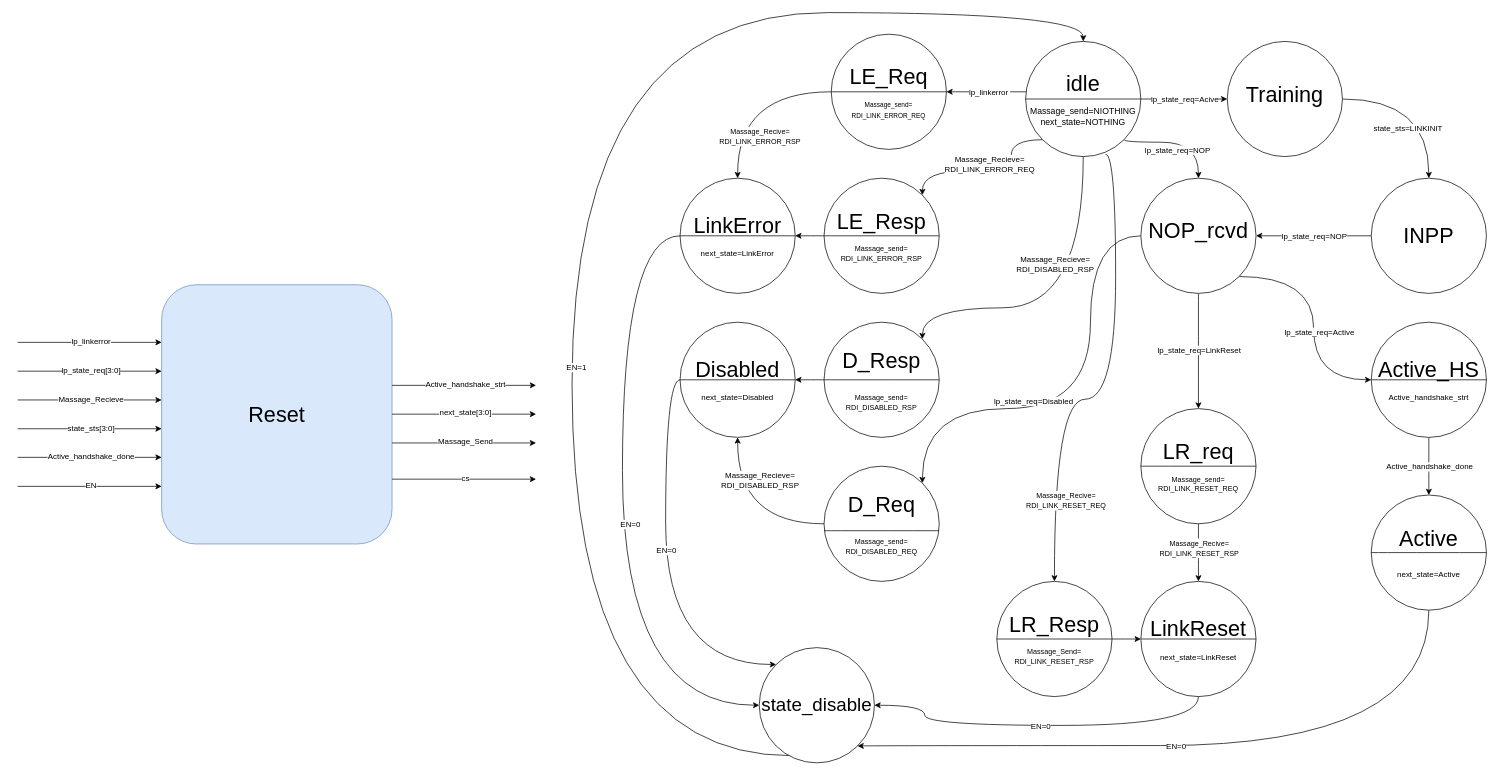
AbdallahMoSalah/UCIe-3.0-PHY-layer keeps this draw.io diagram as page "Reset state" (12 of 20) of docs/SM/RDI_SM/RDI SM.drawio. Above is the earlier version. Source tidied: cells renumbered, new cells numbered last; positions are measured from the earlier drawing's top-left corner, leaving out a move shared by most shapes. Both pictures are drawn from the tidied source at 72%, with x=0, y=0 at pixel (17, 12).
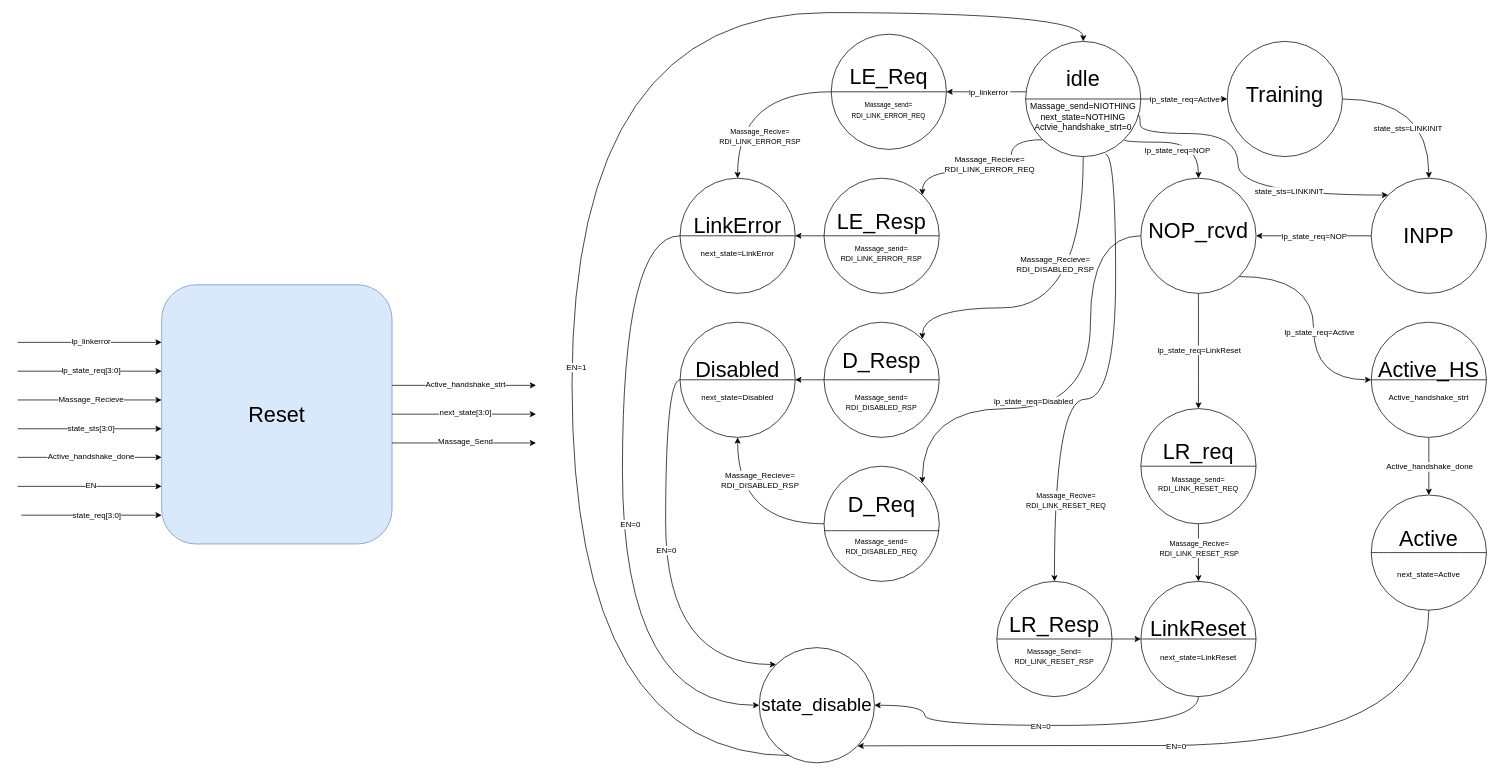
After the change.

Commit message (it also covers changes not shown here):
Retrain state added with testbench

Unchanged cells that the change refers to:
```xml
<mxCell id="10" style="edgeStyle=orthogonalEdgeStyle;shape=connector;curved=1;rounded=0;jettySize=auto;html=1;exitX=1;exitY=0.5;exitDx=0;exitDy=0;strokeColor=default;align=center;verticalAlign=middle;fontFamily=Helvetica;fontSize=11;fontColor=default;labelBackgroundColor=default;endArrow=classic;" parent="1" edge="1" source="12" target="58">
  <mxGeometry relative="1" as="geometry" />
</mxCell>
<mxCell id="61" value="&lt;span style=&quot;font-size: 30px;&quot;&gt;INPP&lt;/span&gt;" style="ellipse;whiteSpace=wrap;html=1;fontFamily=Helvetica;fontSize=11;fontColor=default;labelBackgroundColor=default;" parent="1" vertex="1">
  <mxGeometry x="1880" y="230" width="160" height="160" as="geometry" />
</mxCell>
```

What changed in the source:
```diff
@@
-    <mxCell id="11" value="lp_state_req=Acive" style="edgeLabel;html=1;align=center;verticalAlign=middle;fontFamily=Helvetica;fontSize=11;fontColor=default;labelBackgroundColor=default;" parent="10" vertex="1">
+    <mxCell id="11" value="lp_state_req=Active" style="edgeLabel;html=1;align=center;verticalAlign=middle;fontFamily=Helvetica;fontSize=11;fontColor=default;labelBackgroundColor=default;" parent="10" vertex="1">
       <mxGeometry relative="1" as="geometry" />
     </mxCell>
-    <mxCell id="12" value="&lt;span style=&quot;font-size: 30px;&quot;&gt;idle&lt;/span&gt;&lt;div&gt;&lt;br&gt;&lt;/div&gt;&lt;div&gt;Massage_send=NIOTHING&lt;/div&gt;&lt;div&gt;next_state=NOTHING&lt;/div&gt;" style="ellipse;whiteSpace=wrap;html=1;" parent="1" vertex="1">
+    <mxCell id="12" value="&lt;span style=&quot;font-size: 30px;&quot;&gt;idle&lt;/span&gt;&lt;div&gt;&lt;br&gt;&lt;/div&gt;&lt;div&gt;Massage_send=NIOTHING&lt;/div&gt;&lt;div&gt;next_state=NOTHING&lt;/div&gt;&lt;div&gt;Actvie_handshake_strt=0&lt;/div&gt;" style="ellipse;whiteSpace=wrap;html=1;" parent="1" vertex="1">
       <mxGeometry x="1400" y="40" width="160" height="160" as="geometry" />
     </mxCell>
@@
-    <mxCell id="93" style="endArrow=classic;html=1;rounded=0;" parent="1" edge="1">
-      <mxGeometry relative="1" as="geometry">
-        <mxPoint x="520" y="648" as="sourcePoint" />
-        <mxPoint x="720" y="648" as="targetPoint" />
-      </mxGeometry>
-    </mxCell>
-    <mxCell id="94" value="cs" style="edgeLabel;html=1;align=center;verticalAlign=middle;" parent="93" vertex="1">
-      <mxGeometry x="0.01" y="2" relative="1" as="geometry" />
-    </mxCell>
+    <mxCell id="95" style="edgeStyle=orthogonalEdgeStyle;rounded=0;jettySize=auto;html=1;entryX=0;entryY=0;entryDx=0;entryDy=0;curved=1;exitX=0.974;exitY=0.65;exitDx=0;exitDy=0;exitPerimeter=0;" parent="1" edge="1" source="12" target="61">
+      <mxGeometry relative="1" as="geometry">
+        <Array as="points">
+          <mxPoint x="1559" y="143" />
+          <mxPoint x="1559" y="168" />
+          <mxPoint x="1695" y="168" />
+          <mxPoint x="1695" y="253" />
+        </Array>
+      </mxGeometry>
+    </mxCell>
+    <mxCell id="96" value="state_sts=LINKINIT" style="edgeLabel;html=1;align=center;verticalAlign=middle;" parent="95" vertex="1">
+      <mxGeometry x="0.09" y="14" relative="1" as="geometry">
+        <mxPoint x="56" y="-4" as="offset" />
+      </mxGeometry>
+    </mxCell>
+    <mxCell id="97" style="endArrow=classic;html=1;rounded=0;strokeColor=default;align=center;verticalAlign=middle;fontFamily=Helvetica;fontSize=11;fontColor=default;labelBackgroundColor=default;" parent="1" edge="1">
+      <mxGeometry relative="1" as="geometry">
+        <mxPoint x="5" y="698" as="sourcePoint" />
+        <mxPoint x="200" y="698" as="targetPoint" />
+      </mxGeometry>
+    </mxCell>
+    <mxCell id="98" value="state_req[3:0]" style="edgeLabel;html=1;align=center;verticalAlign=middle;fontFamily=Helvetica;fontSize=11;fontColor=default;labelBackgroundColor=default;" parent="97" vertex="1">
+      <mxGeometry x="0.07" y="-4" relative="1" as="geometry">
+        <mxPoint y="-4" as="offset" />
+      </mxGeometry>
+    </mxCell>
```
